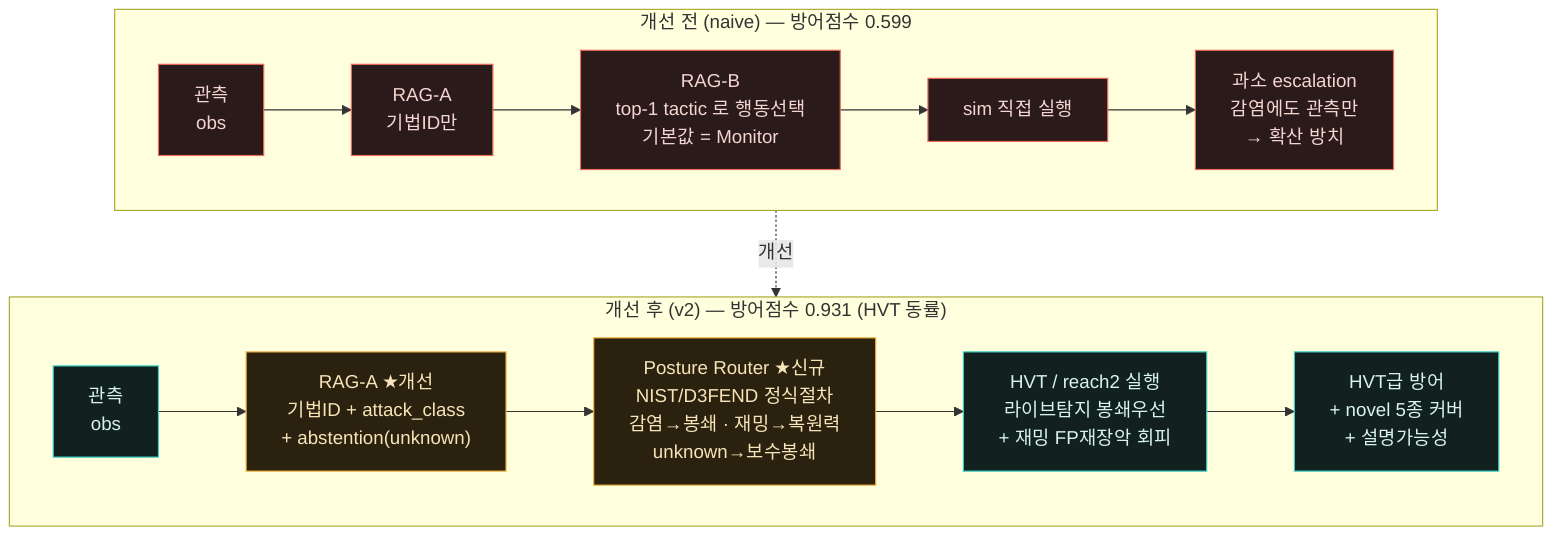
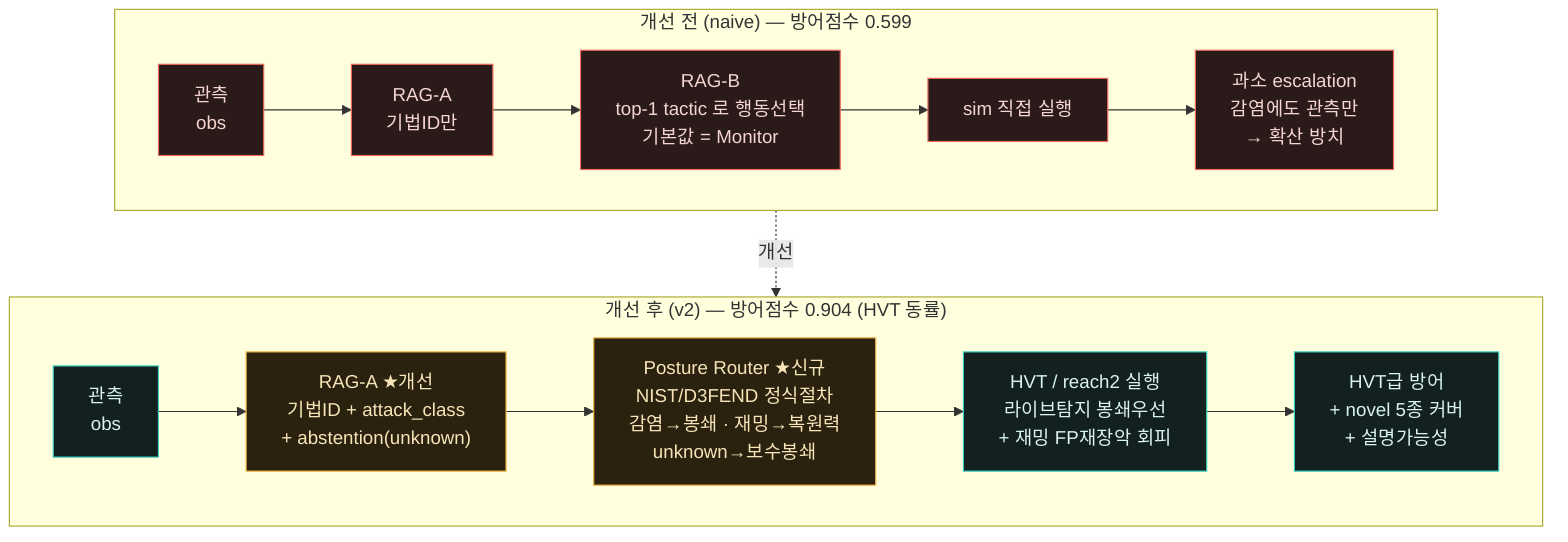
flowchart TB
    subgraph BEFORE["개선 전 (naive) — 방어점수 0.599"]
        direction LR
        O1["관측<br/>obs"] --> A1["RAG-A<br/>기법ID만"]
        A1 --> B1["RAG-B<br/>top-1 tactic 로 행동선택<br/>기본값 = Monitor"]
        B1 --> S1["sim 직접 실행"]
        S1 --> R1["과소 escalation<br/>감염에도 관측만<br/>→ 확산 방치"]
    end
-     subgraph AFTER["개선 후 (v2) — 방어점수 0.931 (HVT 동률)"]
+     subgraph AFTER["개선 후 (v2) — 방어점수 0.904 (HVT 동률)"]
        direction LR
        O2["관측<br/>obs"] --> A2["RAG-A ★개선<br/>기법ID + attack_class<br/>+ abstention(unknown)"]
        A2 --> P2["Posture Router ★신규<br/>NIST/D3FEND 정식절차<br/>감염→봉쇄 · 재밍→복원력<br/>unknown→보수봉쇄"]
        P2 --> H2["HVT / reach2 실행<br/>라이브탐지 봉쇄우선<br/>+ 재밍 FP재장악 회피"]
        H2 --> R2["HVT급 방어<br/>+ novel 5종 커버<br/>+ 설명가능성"]
    end
    BEFORE -.개선.-> AFTER

    classDef bad fill:#2a1a1a,stroke:#ec6a5c,color:#f4d5d0;
    classDef good fill:#12211f,stroke:#38d0c4,color:#d8f3ef;
    classDef star fill:#2a220f,stroke:#f2b544,color:#f7e4b8;
    class O1,A1,B1,S1,R1 bad;
    class O2,H2,R2 good;
    class A2,P2 star;
